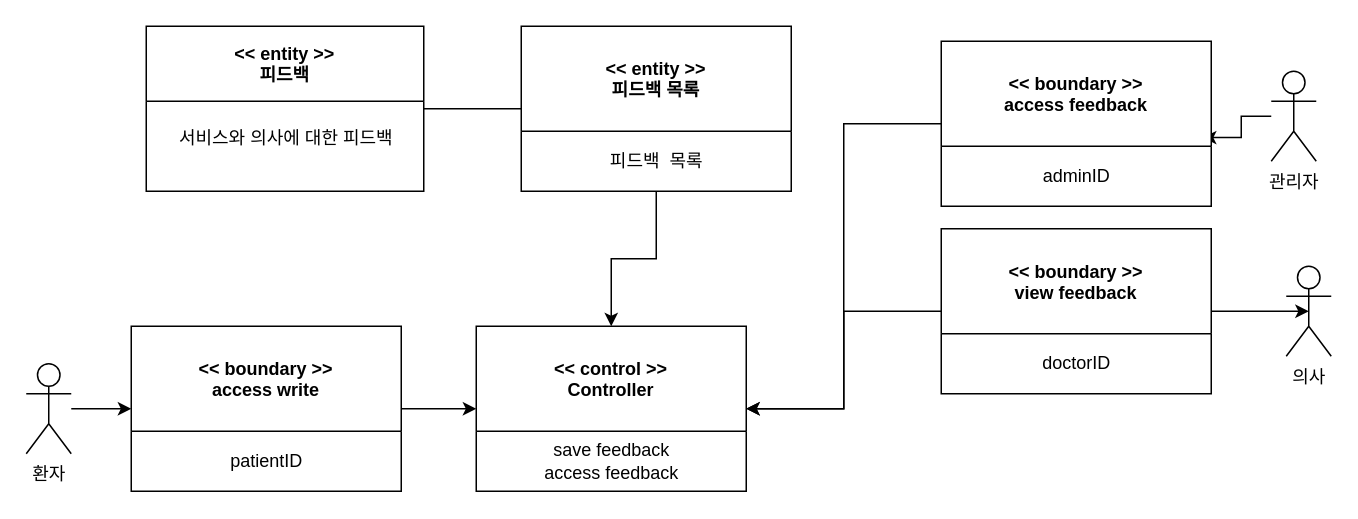
Above: patient/02.domainmodel/domain model-UC5.drawio in yhb1834/Smart-Health-Prediction-System (draw.io), before the change. Source tidied: cells renumbered, new cells numbered last; positions are measured from the earlier drawing's top-left corner, leaving out a move shared by most shapes. Both pictures are drawn from the tidied source at 150%, with x=0, y=0 at pixel (26, 26).
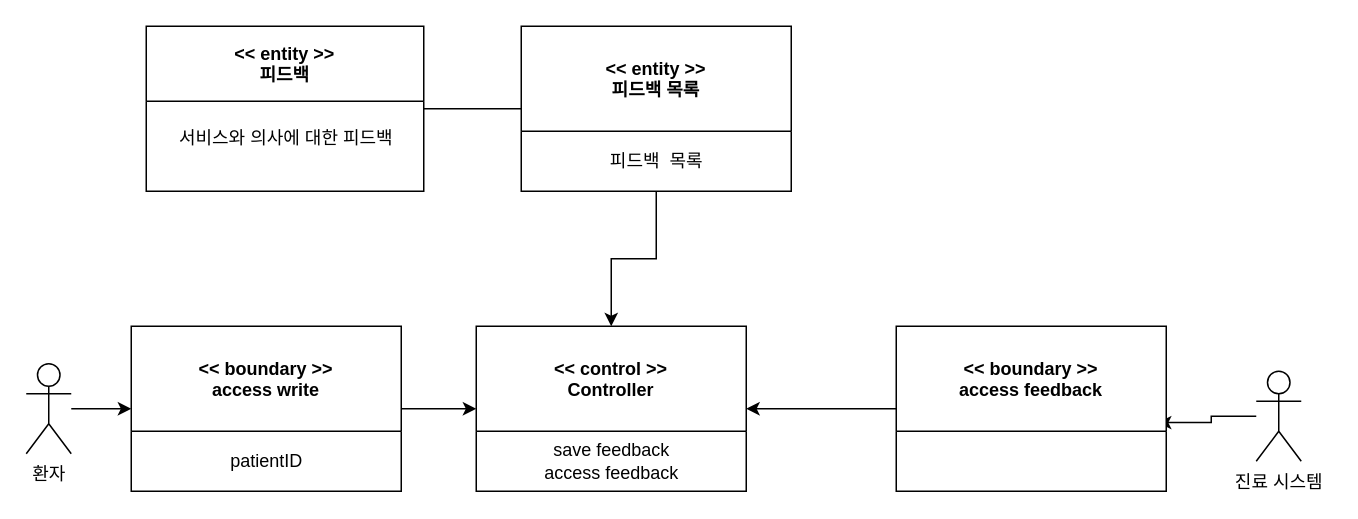
After the change.

Unchanged cells that the change refers to:
```xml
<mxCell id="23" value="&lt;&lt; control &gt;&gt;&#10;Controller" style="swimlane;startSize=70;" parent="1" vertex="1">
  <mxGeometry x="300" y="200" width="180" height="110" as="geometry" />
</mxCell>
```

The edit, as a diff of the source:
```diff
@@
-    <mxCell id="2" value="의사" style="shape=umlActor;verticalLabelPosition=bottom;verticalAlign=top;html=1;outlineConnect=0;" parent="1" vertex="1">
-      <mxGeometry x="840" y="160" width="30" height="60" as="geometry" />
-    </mxCell>
@@
-    <mxCell id="5" value="관리자" style="shape=umlActor;verticalLabelPosition=bottom;verticalAlign=top;html=1;outlineConnect=0;" parent="1" vertex="1">
-      <mxGeometry x="830" y="30" width="30" height="60" as="geometry" />
+    <mxCell id="5" value="진료 시스템" style="shape=umlActor;verticalLabelPosition=bottom;verticalAlign=top;html=1;outlineConnect=0;" parent="1" vertex="1">
+      <mxGeometry x="820" y="230" width="30" height="60" as="geometry" />
     </mxCell>
@@
     <mxCell id="17" value="&lt;&lt; boundary &gt;&gt;&#10;access feedback" style="swimlane;startSize=70;" parent="1" vertex="1">
-      <mxGeometry x="610" y="10" width="180" height="110" as="geometry" />
+      <mxGeometry x="580" y="200" width="180" height="110" as="geometry" />
     </mxCell>
-    <mxCell id="18" value="adminID" style="text;html=1;align=center;verticalAlign=middle;strokeColor=none;" parent="17" vertex="1">
-      <mxGeometry x="60" y="80" width="60" height="20" as="geometry" />
-    </mxCell>
-    <mxCell id="19" style="edgeStyle=orthogonalEdgeStyle;rounded=0;jettySize=auto;html=1;exitX=1;exitY=0.5;exitDx=0;exitDy=0;entryX=0.5;entryY=0.5;entryDx=0;entryDy=0;entryPerimeter=0;" parent="1" edge="1" source="21" target="2">
-      <mxGeometry relative="1" as="geometry" />
-    </mxCell>
-    <mxCell id="20" style="edgeStyle=orthogonalEdgeStyle;rounded=0;jettySize=auto;html=1;exitX=0;exitY=0.5;exitDx=0;exitDy=0;entryX=1;entryY=0.5;entryDx=0;entryDy=0;" parent="1" edge="1" source="21" target="23">
-      <mxGeometry relative="1" as="geometry" />
-    </mxCell>
-    <mxCell id="21" value="&lt;&lt; boundary &gt;&gt;&#10;view feedback" style="swimlane;startSize=70;" parent="1" vertex="1">
-      <mxGeometry x="610" y="135" width="180" height="110" as="geometry" />
-    </mxCell>
-    <mxCell id="22" value="doctorID" style="text;html=1;align=center;verticalAlign=middle;strokeColor=none;" parent="21" vertex="1">
-      <mxGeometry x="60" y="80" width="60" height="20" as="geometry" />
-    </mxCell>
```
